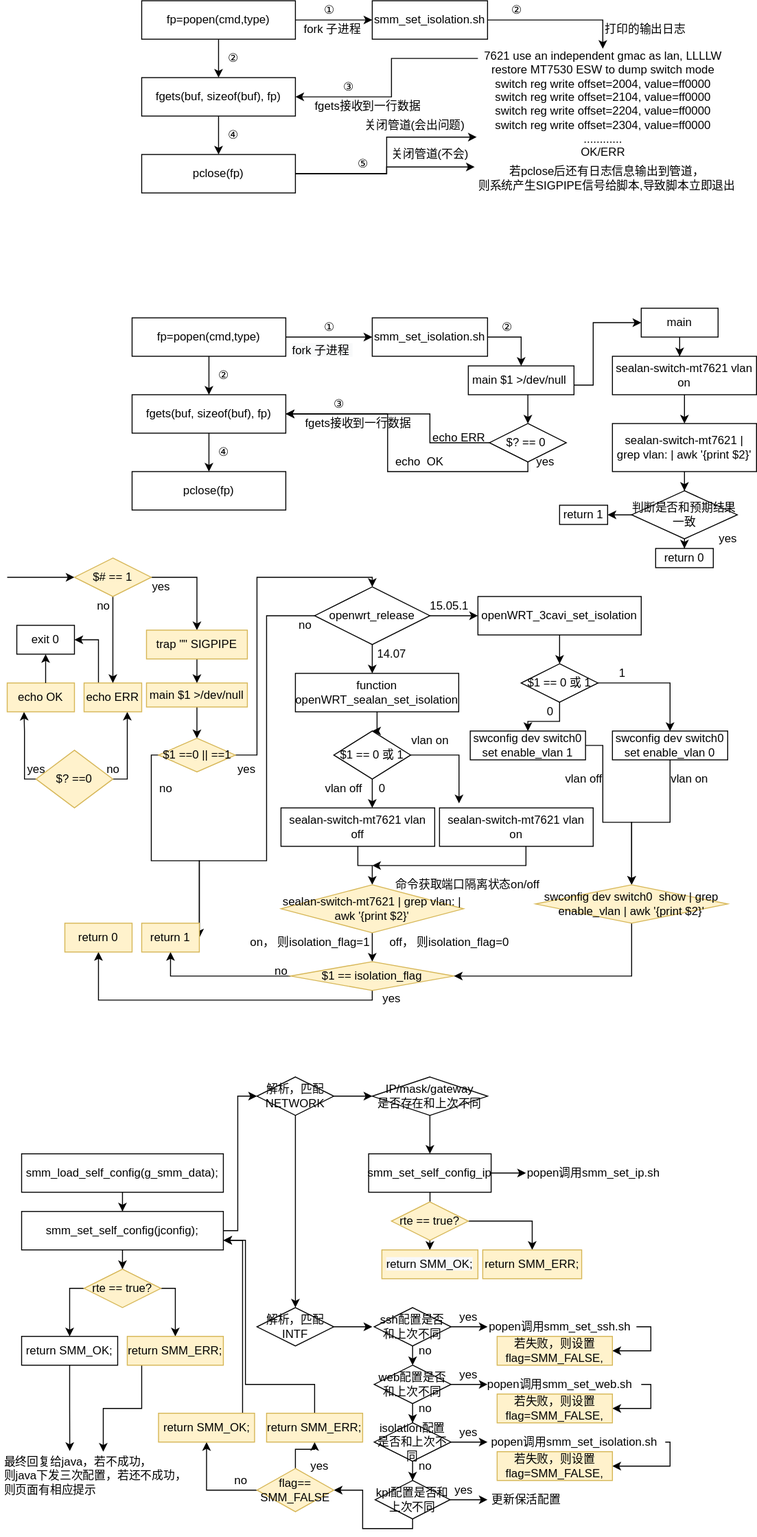
Earlier version of the draw.io export drag_demo/popen_isolation.svg (Archive-ch/Web_Demo). Source tidied: cells renumbered, new cells last; positions are measured from the earlier drawing's top-left corner, leaving out a move shared by most shapes.
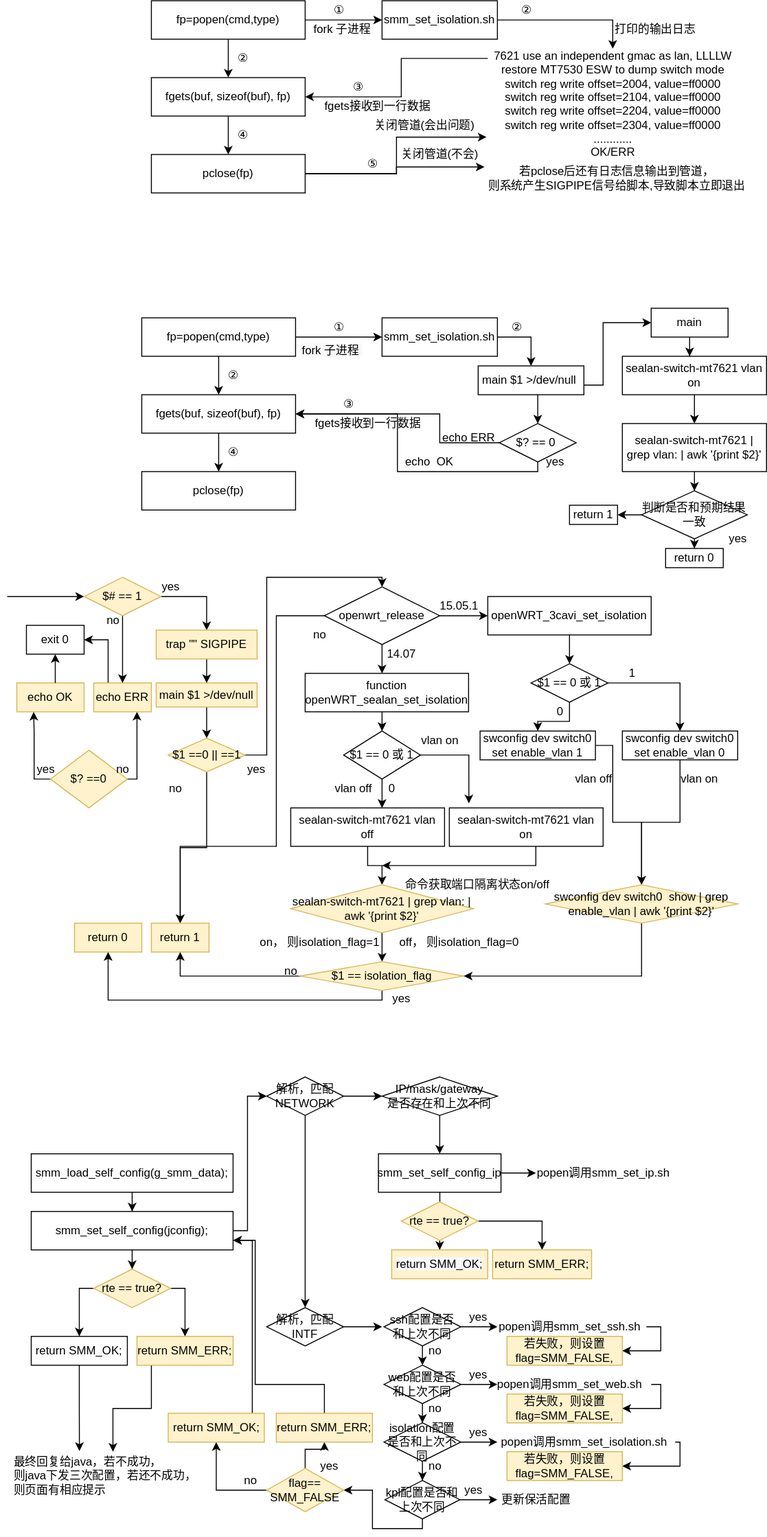
After the commit.

Diff of the diagram source:
```diff
@@ -234,11 +234,12 @@
         <mxPoint x="495" y="640" as="targetPoint" />
       </mxGeometry>
     </mxCell>
-    <mxCell id="61" style="edgeStyle=orthogonalEdgeStyle;rounded=0;jettySize=auto;html=1;entryX=1;entryY=0.5;entryDx=0;entryDy=0;" parent="1" edge="1" source="62" target="116">
+    <mxCell id="61" style="edgeStyle=orthogonalEdgeStyle;rounded=0;jettySize=auto;html=1;entryX=0.5;entryY=0;entryDx=0;entryDy=0;" parent="1" edge="1" source="62" target="116">
       <mxGeometry relative="1" as="geometry">
         <Array as="points">
           <mxPoint x="275" y="640" />
-          <mxPoint x="275" y="895" />
+          <mxPoint x="275" y="880" />
+          <mxPoint x="175" y="880" />
         </Array>
       </mxGeometry>
     </mxCell>
@@ -248,11 +249,14 @@
     <mxCell id="63" value="14.07" style="text;html=1;align=center;verticalAlign=middle;" parent="1" vertex="1">
       <mxGeometry x="380" y="670" width="50" height="20" as="geometry" />
     </mxCell>
-    <mxCell id="64" style="edgeStyle=orthogonalEdgeStyle;rounded=0;jettySize=auto;html=1;" parent="1" edge="1" source="65">
-      <mxGeometry relative="1" as="geometry">
-        <mxPoint x="385" y="760" as="targetPoint" />
-      </mxGeometry>
-    </mxCell>
+    <mxCell id="200" style="edgeStyle=orthogonalEdgeStyle;rounded=0;jettySize=auto;html=1;entryX=0.5;entryY=0;entryDx=0;entryDy=0;" parent="1" edge="1" source="65" target="68">
+      <mxGeometry relative="1" as="geometry">
+        <Array as="points">
+          <mxPoint x="385" y="750" />
+          <mxPoint x="385" y="750" />
+        </Array>
+      </mxGeometry>
+    </mxCell>
     <mxCell id="65" value="function openWRT_sealan_set_isolation" style="whiteSpace=wrap;html=1;" parent="1" vertex="1">
       <mxGeometry x="305" y="700" width="170" height="40" as="geometry" />
     </mxCell>
@@ -339,7 +343,7 @@
       </mxGeometry>
     </mxCell>
     <mxCell id="85" value="$? ==0" style="rhombus;whiteSpace=wrap;html=1;fillColor=#fff2cc;strokeColor=#d6b656;" parent="1" vertex="1">
-      <mxGeometry x="35" y="780" width="80" height="60" as="geometry" />
+      <mxGeometry x="40" y="780" width="80" height="60" as="geometry" />
     </mxCell>
     <mxCell id="86" value="echo OK" style="whiteSpace=wrap;html=1;fillColor=#fff2cc;strokeColor=#d6b656;" parent="1" vertex="1">
       <mxGeometry x="5" y="710" width="70" height="30" as="geometry" />
@@ -359,23 +363,18 @@
     <mxCell id="91" value="vlan on" style="text;html=1;align=center;verticalAlign=middle;" parent="1" vertex="1">
       <mxGeometry x="420" y="760" width="50" height="20" as="geometry" />
     </mxCell>
+    <mxCell id="93" style="edgeStyle=orthogonalEdgeStyle;rounded=0;jettySize=auto;html=1;entryX=0.5;entryY=0;entryDx=0;entryDy=0;" parent="1" edge="1" source="94" target="62">
+      <mxGeometry relative="1" as="geometry">
+        <Array as="points">
+          <mxPoint x="265" y="785" />
+          <mxPoint x="265" y="600" />
+          <mxPoint x="385" y="600" />
+        </Array>
+      </mxGeometry>
+    </mxCell>
-    <mxCell id="92" style="edgeStyle=orthogonalEdgeStyle;rounded=0;jettySize=auto;html=1;entryX=1;entryY=0.5;entryDx=0;entryDy=0;" parent="1" edge="1" source="94" target="116">
-      <mxGeometry relative="1" as="geometry">
-        <Array as="points">
-          <mxPoint x="155" y="785" />
-          <mxPoint x="155" y="895" />
-        </Array>
-      </mxGeometry>
+    <mxCell id="92" style="edgeStyle=orthogonalEdgeStyle;rounded=0;jettySize=auto;html=1;entryX=0.5;entryY=0;entryDx=0;entryDy=0;" parent="1" edge="1" source="94" target="116">
+      <mxGeometry relative="1" as="geometry" />
     </mxCell>
-    <mxCell id="93" style="edgeStyle=orthogonalEdgeStyle;rounded=0;jettySize=auto;html=1;entryX=0.5;entryY=0;entryDx=0;entryDy=0;" parent="1" edge="1" source="94" target="62">
-      <mxGeometry relative="1" as="geometry">
-        <Array as="points">
-          <mxPoint x="265" y="785" />
-          <mxPoint x="265" y="600" />
-          <mxPoint x="385" y="600" />
-        </Array>
-      </mxGeometry>
-    </mxCell>
     <mxCell id="94" value="$1 ==0 || ==1" style="rhombus;whiteSpace=wrap;html=1;fillColor=#fff2cc;strokeColor=#d6b656;" parent="1" vertex="1">
       <mxGeometry x="162.5" y="767.5" width="80" height="35" as="geometry" />
     </mxCell>
@@ -450,17 +449,20 @@
     <mxCell id="112" style="edgeStyle=orthogonalEdgeStyle;rounded=0;jettySize=auto;html=1;entryX=0.5;entryY=0;entryDx=0;entryDy=0;startArrow=none;startFill=0;endArrow=classic;endFill=1;" parent="1" edge="1" source="114" target="122">
       <mxGeometry relative="1" as="geometry">
         <Array as="points">
-          <mxPoint x="203" y="600" />
+          <mxPoint x="203" y="620" />
         </Array>
       </mxGeometry>
     </mxCell>
     <mxCell id="113" style="edgeStyle=orthogonalEdgeStyle;rounded=0;jettySize=auto;html=1;startArrow=classic;startFill=1;endArrow=none;endFill=0;" parent="1" edge="1" source="114">
       <mxGeometry relative="1" as="geometry">
-        <mxPoint x="5" y="600" as="targetPoint" />
+        <mxPoint x="-5" y="620" as="targetPoint" />
+        <Array as="points">
+          <mxPoint x="5" y="620" />
+        </Array>
       </mxGeometry>
     </mxCell>
     <mxCell id="114" value="$# == 1" style="rhombus;whiteSpace=wrap;html=1;fillColor=#fff2cc;strokeColor=#d6b656;" parent="1" vertex="1">
-      <mxGeometry x="75" y="580" width="80" height="40" as="geometry" />
+      <mxGeometry x="75" y="600" width="80" height="40" as="geometry" />
     </mxCell>
     <mxCell id="115" value="return 0" style="whiteSpace=wrap;html=1;fillColor=#fff2cc;strokeColor=#d6b656;" parent="1" vertex="1">
       <mxGeometry x="65" y="960" width="70" height="30" as="geometry" />
@@ -478,7 +480,7 @@
       <mxGeometry x="100" y="790" width="30" height="20" as="geometry" />
     </mxCell>
     <mxCell id="120" value="no" style="text;html=1;align=center;verticalAlign=middle;" parent="1" vertex="1">
-      <mxGeometry x="300" y="640" width="30" height="20" as="geometry" />
+      <mxGeometry x="305" y="650" width="30" height="20" as="geometry" />
     </mxCell>
     <mxCell id="121" style="edgeStyle=orthogonalEdgeStyle;rounded=0;jettySize=auto;html=1;startArrow=none;startFill=0;endArrow=classic;endFill=1;" parent="1" edge="1" source="122" target="58">
       <mxGeometry relative="1" as="geometry" />
@@ -501,7 +503,7 @@
       <mxGeometry x="150" y="600" width="30" height="20" as="geometry" />
     </mxCell>
     <mxCell id="126" value="no" style="text;html=1;align=center;verticalAlign=middle;" parent="1" vertex="1">
-      <mxGeometry x="90" y="620" width="30" height="20" as="geometry" />
+      <mxGeometry x="90" y="635" width="30" height="20" as="geometry" />
     </mxCell>
     <mxCell id="127" value="yes" style="text;html=1;align=center;verticalAlign=middle;" parent="1" vertex="1">
       <mxGeometry x="239" y="790" width="30" height="20" as="geometry" />
```
